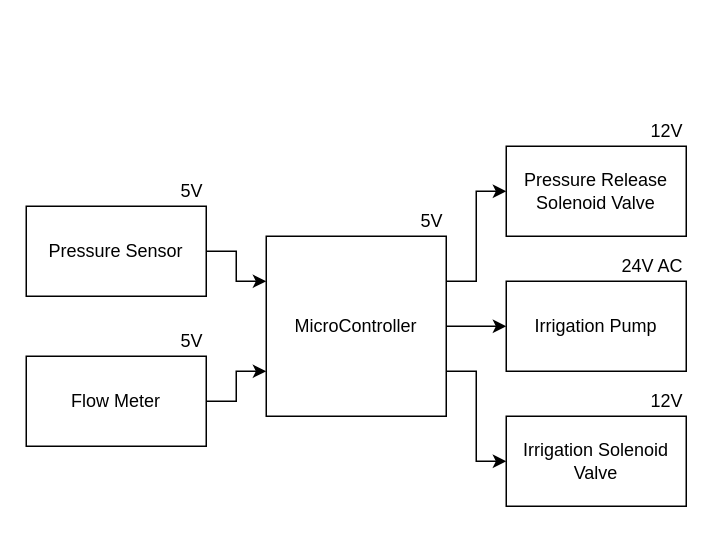
The draw.io diagram hardware/APFC-AeroponicsControl.drawio in rcjcooke/apfc, before the edit. Source tidied: cells renumbered, new cells numbered last; positions are measured from the earlier drawing's top-left corner, leaving out a move shared by most shapes. Both pictures are drawn from the tidied source at 150%, with x=0, y=0 at pixel (26, 116).
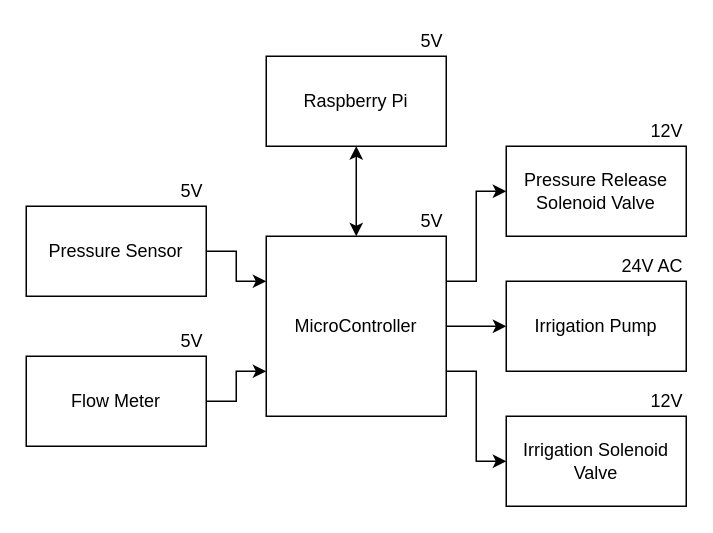
Above is the later version.

Unchanged cells that the change refers to:
```xml
<mxCell id="7" value="MicroController" style="whiteSpace=wrap;html=1;" parent="1" vertex="1">
  <mxGeometry x="160" y="80" width="120" height="120" as="geometry" />
</mxCell>
```

What changed in the source:
```diff
@@
+    <mxCell id="19" style="edgeStyle=orthogonalEdgeStyle;rounded=0;jettySize=auto;html=1;entryX=0.5;entryY=0;entryDx=0;entryDy=0;startArrow=classic;startFill=1;" parent="1" edge="1" source="20" target="7">
+      <mxGeometry relative="1" as="geometry" />
+    </mxCell>
+    <mxCell id="20" value="Raspberry Pi" style="rounded=0;whiteSpace=wrap;html=1;" parent="1" vertex="1">
+      <mxGeometry x="160" y="-40" width="120" height="60" as="geometry" />
+    </mxCell>
+    <mxCell id="21" value="5V" style="text;html=1;strokeColor=none;fillColor=none;align=right;verticalAlign=middle;whiteSpace=wrap;rounded=0;" parent="1" vertex="1">
+      <mxGeometry x="160" y="-60" width="120" height="20" as="geometry" />
+    </mxCell>
```
